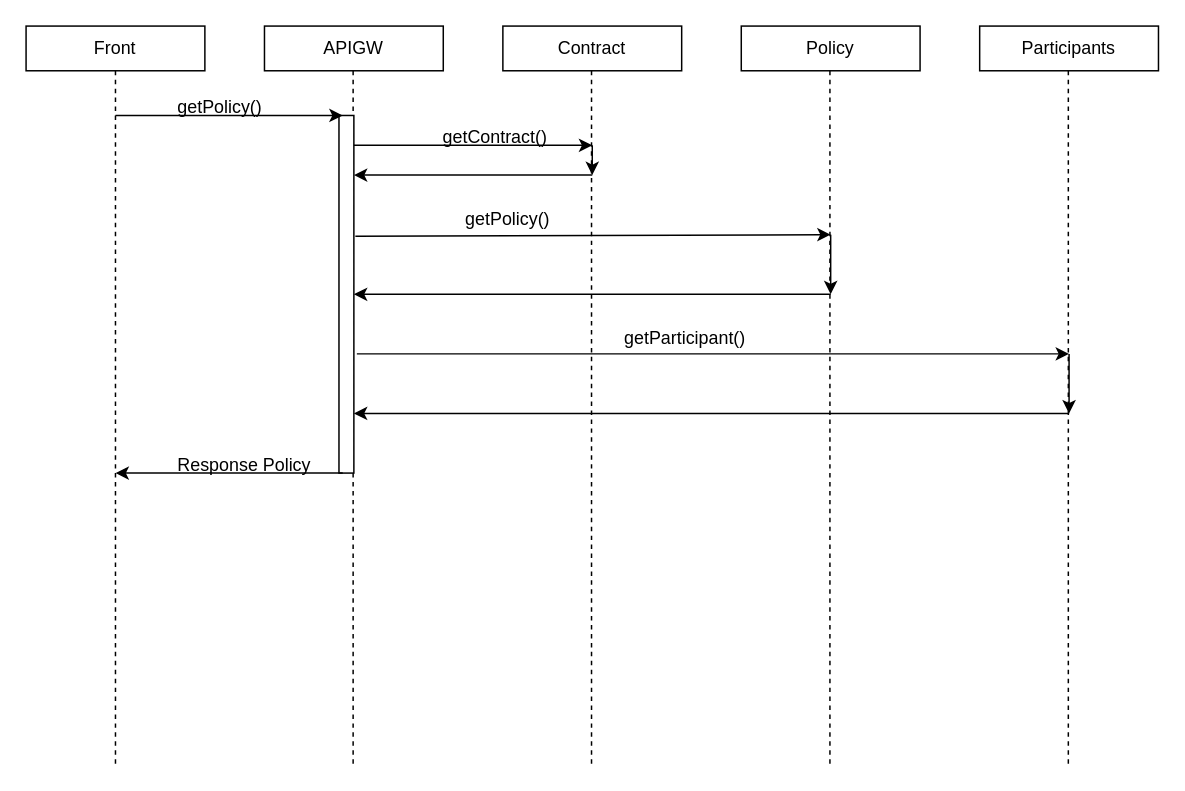
Before: page "Datos de la poliza" (4 of 5) of MR-Servicing.drawio in Midchilda/drawio, a draw.io diagram. Source tidied: cells renumbered, new cells numbered last; positions are measured from the earlier drawing's top-left corner, leaving out a move shared by most shapes. Both pictures are drawn from the tidied source at 149%, with x=0, y=0 at pixel (25, 25).
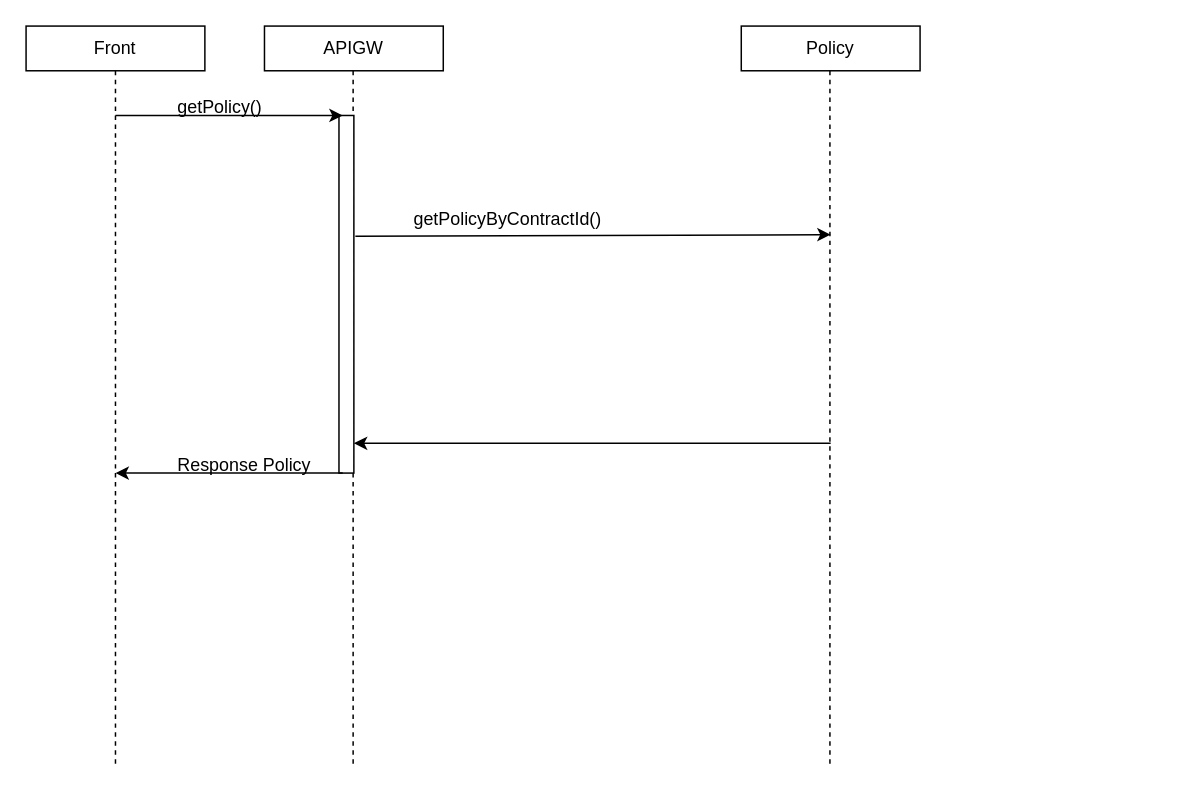
The same page after the edit.

The change refers to these unchanged cells:
```xml
<mxCell id="19" style="endArrow=classic;html=1;exitX=1.1;exitY=0.338;exitDx=0;exitDy=0;exitPerimeter=0;" parent="1" edge="1" source="12">
  <mxGeometry relative="1" as="geometry">
    <mxPoint x="540" y="140" as="targetPoint" />
  </mxGeometry>
</mxCell>
```

The edit, as a diff of the source:
```diff
@@
-    <mxCell id="3" value="Contract" style="rounded=0;whiteSpace=wrap;html=1;" parent="1" vertex="1">
-      <mxGeometry x="320" width="120" height="30" as="geometry" />
-    </mxCell>
@@
-    <mxCell id="5" value="&lt;div&gt;Participants&lt;/div&gt;" style="rounded=0;whiteSpace=wrap;html=1;" parent="1" vertex="1">
-      <mxGeometry x="640" width="120" height="30" as="geometry" />
-    </mxCell>
@@
-    <mxCell id="9" style="endArrow=none;dashed=1;html=1;entryX=0.5;entryY=1;entryDx=0;entryDy=0;" parent="1" edge="1">
-      <mxGeometry relative="1" as="geometry">
-        <mxPoint x="379.5" y="495" as="sourcePoint" />
-        <mxPoint x="379.5" y="30" as="targetPoint" />
-      </mxGeometry>
-    </mxCell>
@@
-    <mxCell id="11" style="endArrow=none;dashed=1;html=1;entryX=0.5;entryY=1;entryDx=0;entryDy=0;" parent="1" edge="1">
-      <mxGeometry relative="1" as="geometry">
-        <mxPoint x="699.5" y="495" as="sourcePoint" />
-        <mxPoint x="699.5" y="30" as="targetPoint" />
-      </mxGeometry>
-    </mxCell>
@@
-    <mxCell id="15" style="endArrow=classic;html=1;" parent="1" edge="1">
-      <mxGeometry relative="1" as="geometry">
-        <mxPoint x="220" y="80" as="sourcePoint" />
-        <mxPoint x="380" y="80" as="targetPoint" />
-      </mxGeometry>
-    </mxCell>
-    <mxCell id="16" style="endArrow=classic;html=1;" parent="1" edge="1">
-      <mxGeometry relative="1" as="geometry">
-        <mxPoint x="380" y="100" as="sourcePoint" />
-        <mxPoint x="220" y="100" as="targetPoint" />
-      </mxGeometry>
-    </mxCell>
-    <mxCell id="17" value="&lt;div&gt;getContract()&lt;/div&gt;" style="text;html=1;align=left;verticalAlign=top;spacingTop=-4;" parent="1" vertex="1">
-      <mxGeometry x="278" y="65" width="90" height="20" as="geometry" />
-    </mxCell>
-    <mxCell id="18" style="endArrow=classic;html=1;" parent="1" edge="1">
-      <mxGeometry relative="1" as="geometry">
-        <mxPoint x="380" y="80" as="sourcePoint" />
-        <mxPoint x="380" y="100" as="targetPoint" />
-      </mxGeometry>
-    </mxCell>
@@
-    <mxCell id="20" value="&lt;div&gt;getPolicy()&lt;/div&gt;" style="text;html=1;align=center;verticalAlign=middle;labelBackgroundColor=#ffffff;" parent="19" vertex="1">
+    <mxCell id="20" value="&lt;div&gt;getPolicyByContractId()&lt;/div&gt;" style="text;html=1;align=center;verticalAlign=middle;labelBackgroundColor=#ffffff;" parent="19" vertex="1">
       <mxGeometry x="-0.34" y="1" relative="1" as="geometry">
         <mxPoint x="-3" y="-10.5" as="offset" />
       </mxGeometry>
     </mxCell>
-    <mxCell id="21" style="endArrow=classic;html=1;" parent="1" edge="1">
-      <mxGeometry relative="1" as="geometry">
-        <mxPoint x="540" y="140" as="sourcePoint" />
-        <mxPoint x="540" y="180" as="targetPoint" />
-      </mxGeometry>
-    </mxCell>
     <mxCell id="22" style="endArrow=classic;html=1;" parent="1" edge="1">
       <mxGeometry relative="1" as="geometry">
-        <mxPoint x="540" y="180" as="sourcePoint" />
-        <mxPoint x="220" y="180" as="targetPoint" />
+        <mxPoint x="540" y="280" as="sourcePoint" />
+        <mxPoint x="220" y="280" as="targetPoint" />
       </mxGeometry>
     </mxCell>
-    <mxCell id="23" style="endArrow=classic;html=1;" parent="1" edge="1">
-      <mxGeometry relative="1" as="geometry">
-        <mxPoint x="222" y="220" as="sourcePoint" />
-        <mxPoint x="700" y="220" as="targetPoint" />
-      </mxGeometry>
-    </mxCell>
-    <mxCell id="24" value="&lt;div&gt;getParticipant()&lt;/div&gt;" style="text;html=1;align=center;verticalAlign=middle;labelBackgroundColor=#ffffff;" parent="23" vertex="1">
-      <mxGeometry x="-0.08" relative="1" as="geometry">
-        <mxPoint x="-1" y="-11" as="offset" />
-      </mxGeometry>
-    </mxCell>
-    <mxCell id="25" style="endArrow=classic;html=1;" parent="1" edge="1">
-      <mxGeometry relative="1" as="geometry">
-        <mxPoint x="700" y="220" as="sourcePoint" />
-        <mxPoint x="700" y="260" as="targetPoint" />
-      </mxGeometry>
-    </mxCell>
-    <mxCell id="26" style="endArrow=classic;html=1;" parent="1" edge="1">
-      <mxGeometry relative="1" as="geometry">
-        <mxPoint x="700" y="260" as="sourcePoint" />
-        <mxPoint x="220" y="260" as="targetPoint" />
-      </mxGeometry>
-    </mxCell>
```
